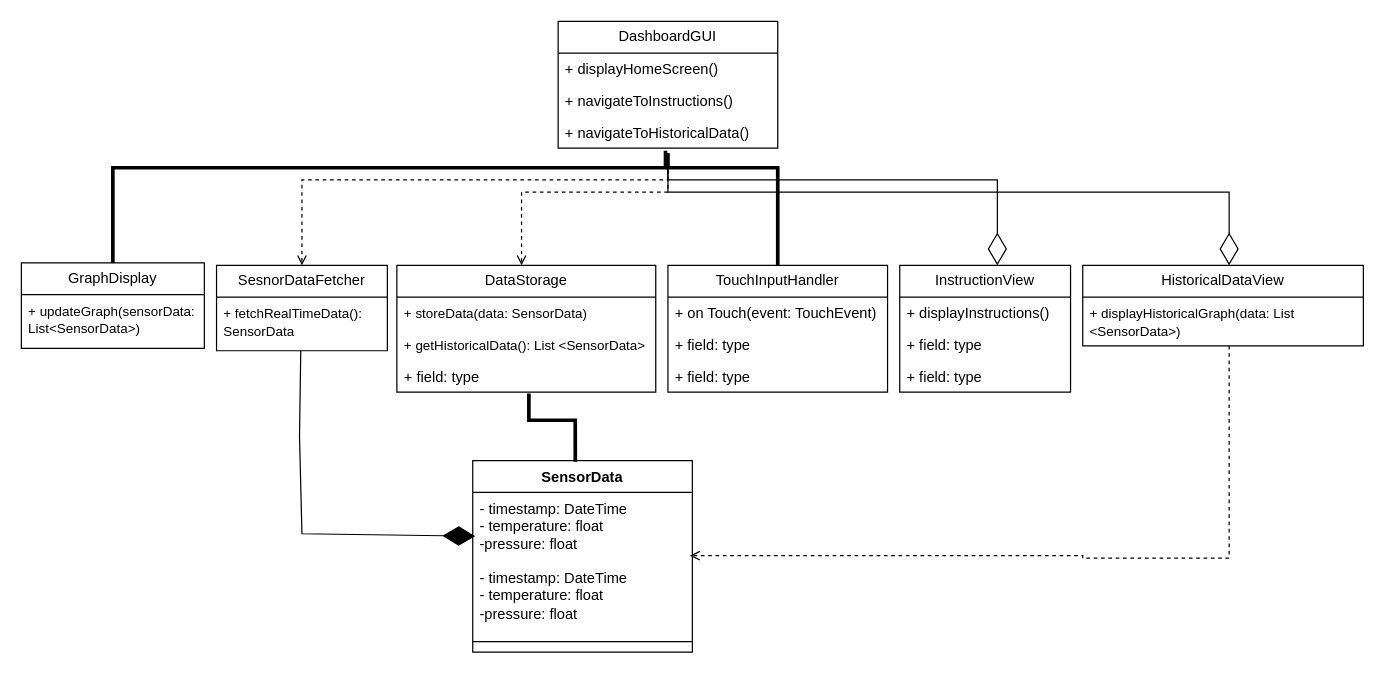
This is diagrams/Class_diagram_GUI.drawio from martintara/kaffeknekt, a draw.io file, before an edit. Source tidied: cells renumbered, new cells numbered last; positions are measured from the earlier drawing's top-left corner, leaving out a move shared by most shapes. Both pictures are drawn from the tidied source at 122%, with x=0, y=0 at pixel (21, 21).
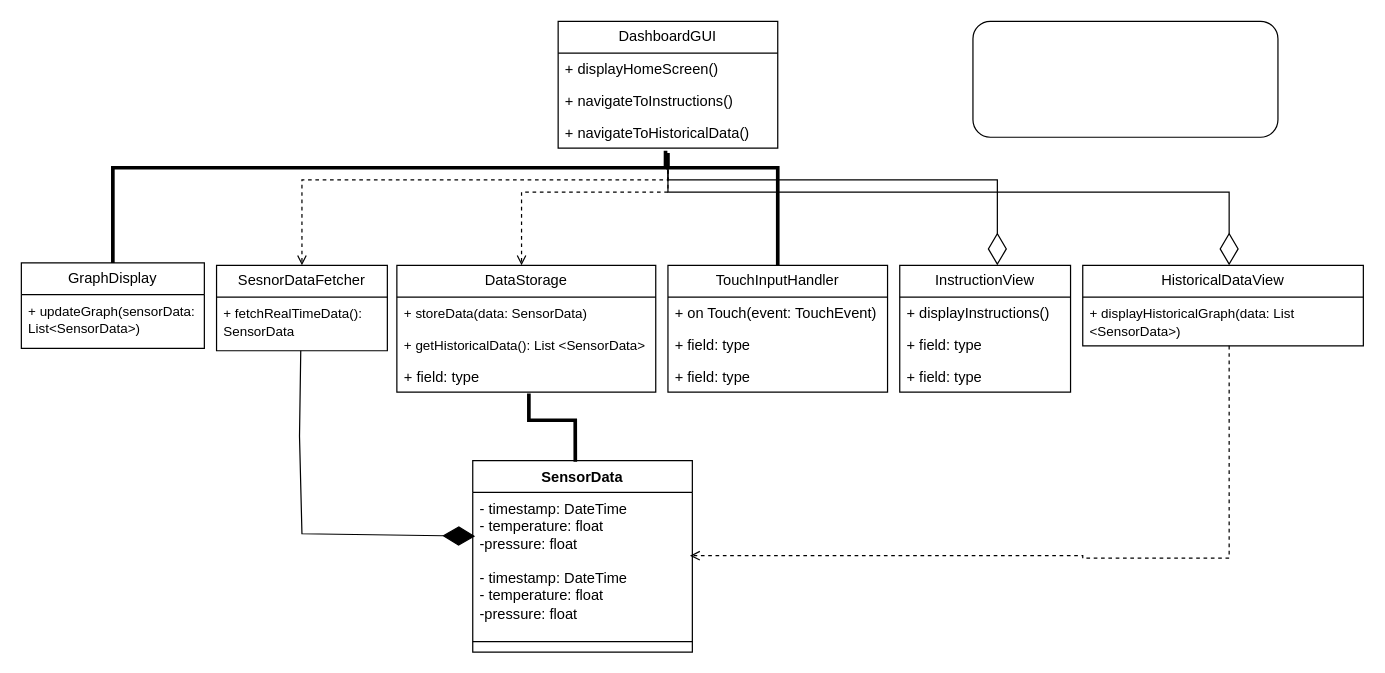
After the change.

Diff of the diagram source:
```diff
@@
+    <mxCell id="37" style="rounded=1;whiteSpace=wrap;html=1;" parent="1" vertex="1">
+      <mxGeometry x="780" width="250" height="95" as="geometry" />
+    </mxCell>
```
